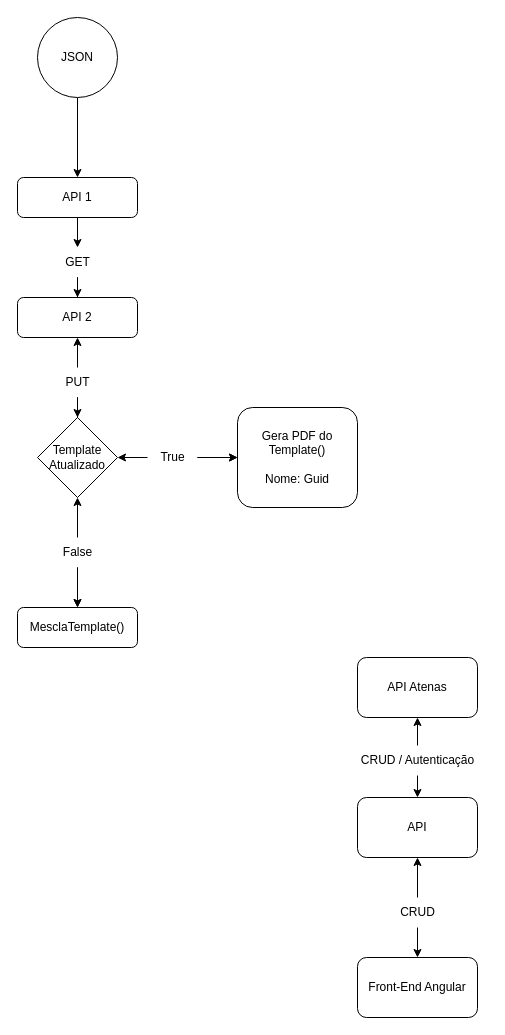
The draw.io diagram Diagrama sem nome.drawio in andreknapik/andreknapik, before the edit. Source tidied: cells renumbered, new cells numbered last; positions are measured from the earlier drawing's top-left corner, leaving out a move shared by most shapes. Both pictures are drawn from the tidied source at 100%, with x=0, y=0 at pixel (17, 17).
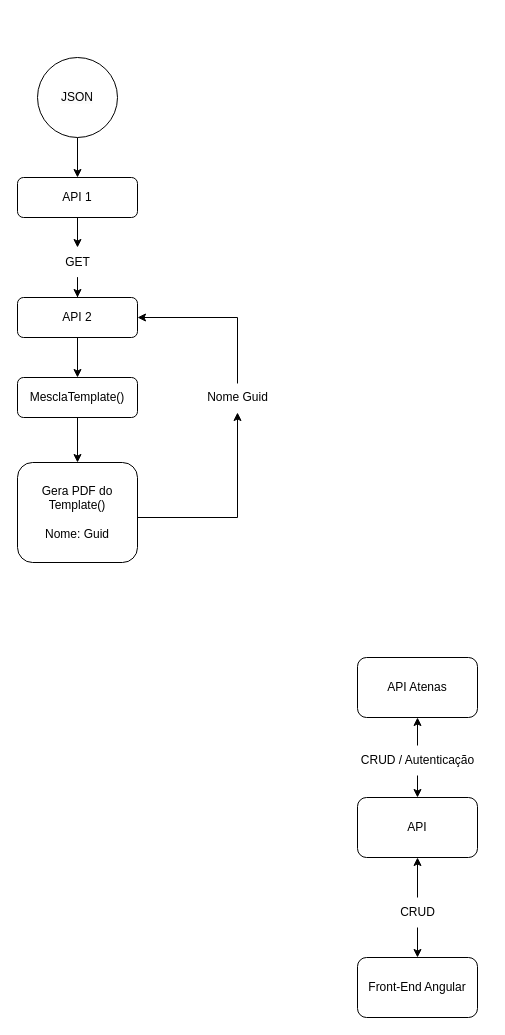
The same page after the edit.

The change refers to these unchanged cells:
```xml
<mxCell id="7" value="API 2" style="rounded=1;whiteSpace=wrap;html=1;fontSize=12;glass=0;strokeWidth=1;shadow=0;" parent="1" vertex="1">
  <mxGeometry y="280" width="120" height="40" as="geometry" />
</mxCell>
```

What changed in the source:
```diff
@@
+    <mxCell id="32" style="edgeStyle=orthogonalEdgeStyle;rounded=0;jettySize=auto;html=1;" parent="1" edge="1" source="2" target="19">
+      <mxGeometry relative="1" as="geometry" />
+    </mxCell>
     <mxCell id="2" value="MesclaTemplate()" style="rounded=1;whiteSpace=wrap;html=1;fontSize=12;glass=0;strokeWidth=1;shadow=0;" parent="1" vertex="1">
-      <mxGeometry y="590" width="120" height="40" as="geometry" />
+      <mxGeometry y="360" width="120" height="40" as="geometry" />
     </mxCell>
@@
     <mxCell id="4" value="&lt;span style=&quot;color: rgb(0, 0, 0); font-family: Helvetica; font-size: 12px; font-style: normal; font-variant-ligatures: normal; font-variant-caps: normal; font-weight: 400; letter-spacing: normal; orphans: 2; text-align: center; text-indent: 0px; text-transform: none; widows: 2; word-spacing: 0px; -webkit-text-stroke-width: 0px; background-color: rgb(251, 251, 251); text-decoration-thickness: initial; text-decoration-style: initial; text-decoration-color: initial; float: none; display: inline !important;&quot;&gt;JSON&lt;br&gt;&lt;/span&gt;" style="ellipse;whiteSpace=wrap;html=1;" parent="1" vertex="1">
-      <mxGeometry x="20" width="80" height="80" as="geometry" />
+      <mxGeometry x="20" y="40" width="80" height="80" as="geometry" />
     </mxCell>
@@
+    <mxCell id="33" style="edgeStyle=orthogonalEdgeStyle;rounded=0;jettySize=auto;html=1;" parent="1" edge="1" source="7" target="2">
+      <mxGeometry relative="1" as="geometry" />
+    </mxCell>
@@
-    <mxCell id="10" value="Template&lt;br&gt;Atualizado" style="rhombus;whiteSpace=wrap;html=1;" parent="1" vertex="1">
-      <mxGeometry x="20" y="400" width="80" height="80" as="geometry" />
-    </mxCell>
-    <mxCell id="11" style="edgeStyle=orthogonalEdgeStyle;rounded=0;jettySize=auto;html=1;" parent="1" edge="1" source="14" target="2">
-      <mxGeometry relative="1" as="geometry" />
-    </mxCell>
-    <mxCell id="12" style="edgeStyle=orthogonalEdgeStyle;rounded=0;jettySize=auto;html=1;" parent="1" edge="1" source="14" target="2">
-      <mxGeometry relative="1" as="geometry" />
-    </mxCell>
-    <mxCell id="13" style="edgeStyle=orthogonalEdgeStyle;rounded=0;jettySize=auto;html=1;" parent="1" edge="1" source="14" target="10">
-      <mxGeometry relative="1" as="geometry" />
-    </mxCell>
-    <mxCell id="14" value="False" style="text;html=1;align=center;verticalAlign=middle;points=[];strokeColor=none;fillColor=none;" parent="1" vertex="1">
-      <mxGeometry x="35" y="520" width="50" height="30" as="geometry" />
-    </mxCell>
-    <mxCell id="15" style="edgeStyle=orthogonalEdgeStyle;rounded=0;jettySize=auto;html=1;" parent="1" edge="1" source="18" target="19">
-      <mxGeometry relative="1" as="geometry" />
-    </mxCell>
-    <mxCell id="16" style="edgeStyle=orthogonalEdgeStyle;rounded=0;jettySize=auto;html=1;" parent="1" edge="1" source="18" target="19">
-      <mxGeometry relative="1" as="geometry" />
-    </mxCell>
-    <mxCell id="17" style="edgeStyle=orthogonalEdgeStyle;rounded=0;jettySize=auto;html=1;" parent="1" edge="1" source="18" target="10">
-      <mxGeometry relative="1" as="geometry" />
-    </mxCell>
-    <mxCell id="18" value="True" style="text;html=1;align=center;verticalAlign=middle;points=[];strokeColor=none;fillColor=none;" parent="1" vertex="1">
-      <mxGeometry x="130" y="425" width="50" height="30" as="geometry" />
-    </mxCell>
     <mxCell id="19" value="Gera PDF do Template()&lt;br&gt;&lt;br&gt;Nome: Guid" style="rounded=1;whiteSpace=wrap;html=1;" parent="1" vertex="1">
-      <mxGeometry x="220" y="390" width="120" height="100" as="geometry" />
+      <mxGeometry y="445" width="120" height="100" as="geometry" />
     </mxCell>
-    <mxCell id="20" style="edgeStyle=orthogonalEdgeStyle;rounded=0;jettySize=auto;html=1;" parent="1" edge="1" source="22" target="10">
-      <mxGeometry relative="1" as="geometry" />
-    </mxCell>
-    <mxCell id="21" style="edgeStyle=orthogonalEdgeStyle;rounded=0;jettySize=auto;html=1;" parent="1" edge="1" source="22" target="7">
-      <mxGeometry relative="1" as="geometry" />
-    </mxCell>
-    <mxCell id="22" value="PUT" style="text;html=1;align=center;verticalAlign=middle;points=[];strokeColor=none;fillColor=none;" parent="1" vertex="1">
-      <mxGeometry x="35" y="350" width="50" height="30" as="geometry" />
-    </mxCell>
@@
+    <mxCell id="34" value="Nome Guid" style="text;html=1;align=center;verticalAlign=middle;points=[];strokeColor=none;fillColor=none;" parent="1" vertex="1">
+      <mxGeometry x="180" y="365" width="80" height="30" as="geometry" />
+    </mxCell>
+    <mxCell id="35" style="endArrow=classic;html=1;rounded=0;entryX=1;entryY=0.5;entryDx=0;entryDy=0;exitX=0.5;exitY=0.033;exitDx=0;exitDy=0;exitPerimeter=0;" parent="1" edge="1" source="34" target="7">
+      <mxGeometry relative="1" as="geometry">
+        <Array as="points">
+          <mxPoint x="220" y="300" />
+        </Array>
+      </mxGeometry>
+    </mxCell>
+    <mxCell id="36" style="endArrow=classic;html=1;rounded=0;" parent="1" edge="1" target="34">
+      <mxGeometry relative="1" as="geometry">
+        <mxPoint x="120" y="500" as="sourcePoint" />
+        <Array as="points">
+          <mxPoint x="220" y="500" />
+        </Array>
+      </mxGeometry>
+    </mxCell>
```
